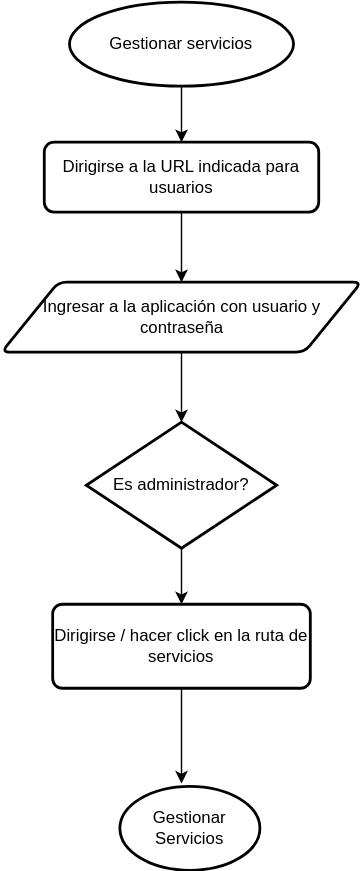
Before: documentation/manejoServicios-flowchart.svg, a diagram exported from draw.io (AlbertDeHoz/Control-de-aforo-para-la-parroquia-St-Martin-De-Tour). Source tidied: cells renumbered, new cells last; positions are measured from the earlier drawing's top-left corner, leaving out a move shared by most shapes.
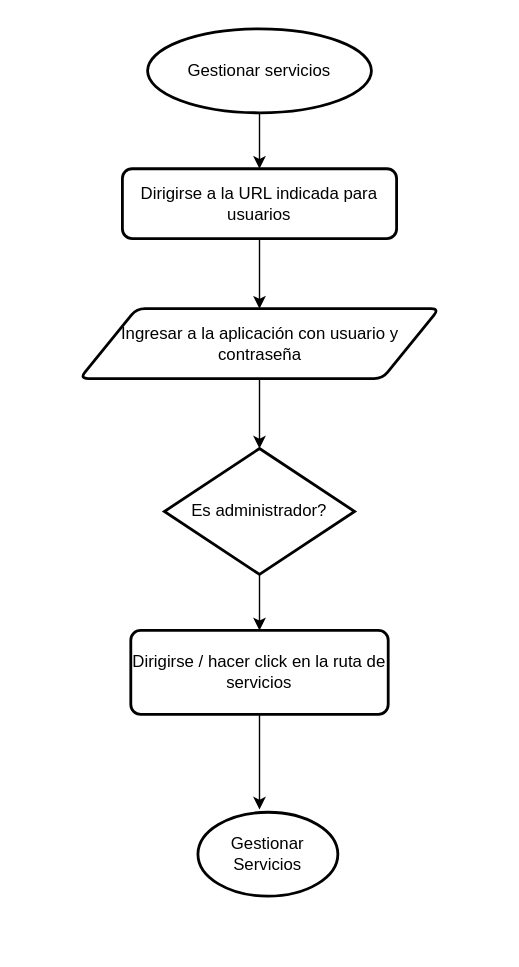
The same file after the commit.

Change to the diagram source:
```diff
@@ -2,6 +2,9 @@
   <root>
     <mxCell id="0" />
     <mxCell id="1" parent="0" />
+    <mxCell id="13" style="rounded=0;whiteSpace=wrap;html=1;strokeColor=#FFFFFF;" parent="1" vertex="1">
+      <mxGeometry x="-57" y="-20" width="370" height="690" as="geometry" />
+    </mxCell>
     <mxCell id="2" style="edgeStyle=orthogonalEdgeStyle;rounded=0;jettySize=auto;html=1;" parent="1" edge="1" source="3" target="5">
       <mxGeometry relative="1" as="geometry" />
     </mxCell>
```
